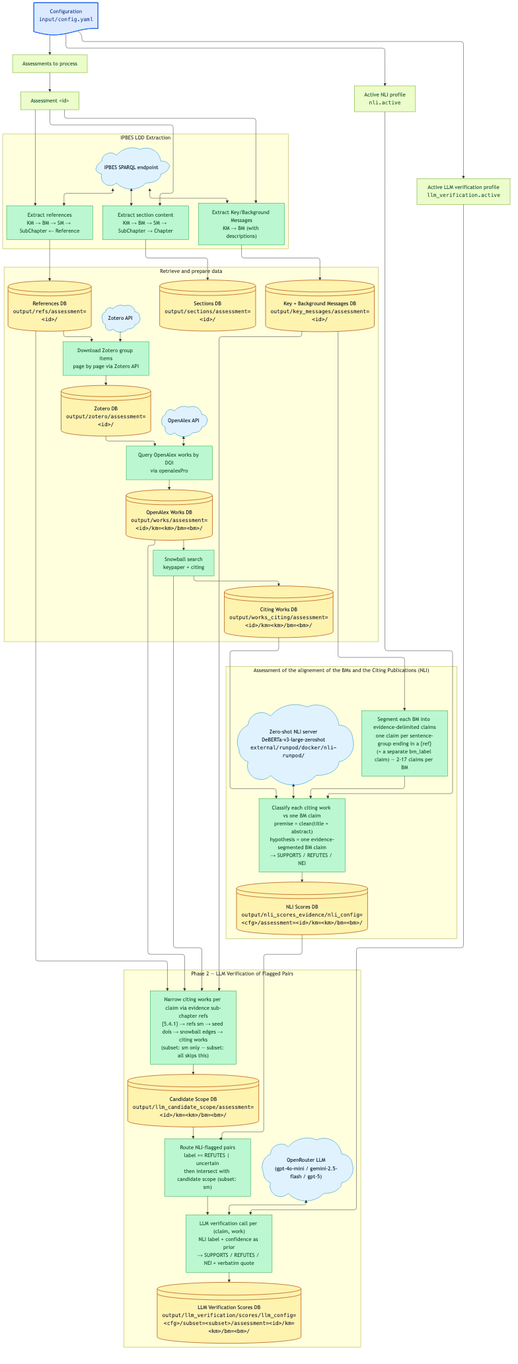
Before: output/figures/workflow_nli.png, a diagram exported from Mermaid (IPBES-Data/IPBES_BM_Fact_Checker). Its source is kept beside it as input/mmd/workflow_nli.mmd.
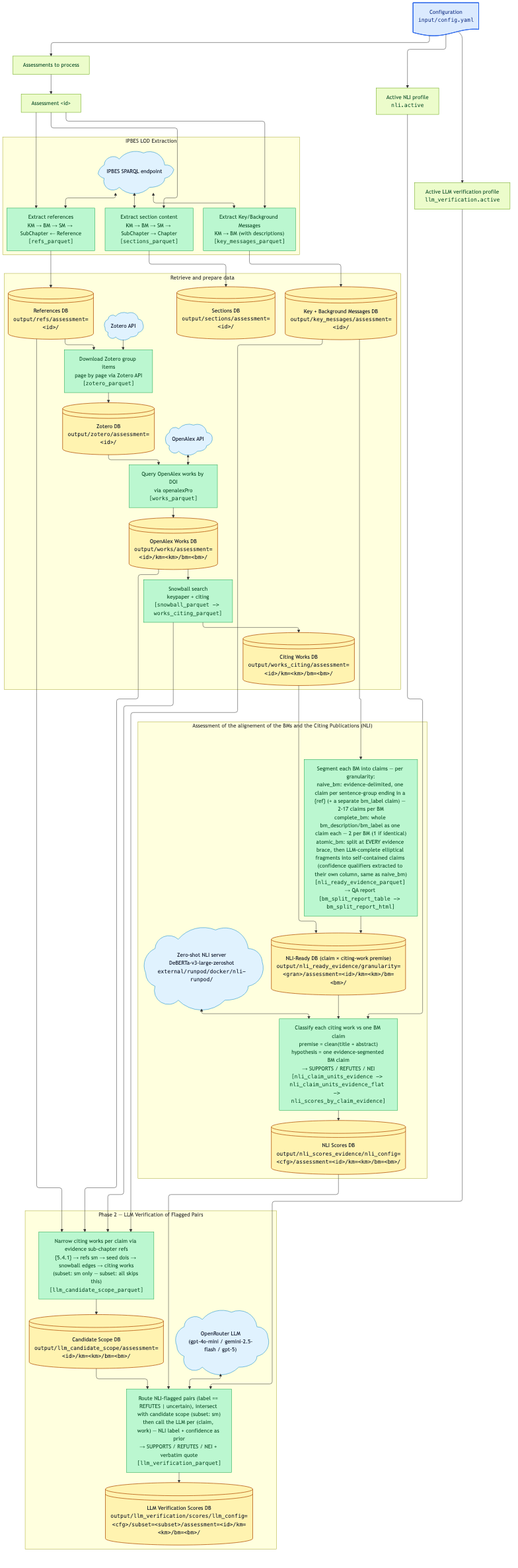
After the commit.

Change to the diagram source:
```diff
@@ -19,9 +19,9 @@
     direction TB
 
     sparql@{ shape: cloud, label: "IPBES SPARQL endpoint" }
-    build_refs@{ shape: rect, label: "Extract references<br/>KM → BM → SM → SubChapter ← Reference" }
-    build_sections@{ shape: rect, label: "Extract section content<br/>KM → BM → SM → SubChapter → Chapter" }
-    build_key_messages@{ shape: rect, label: "Extract Key/Background Messages<br/>KM → BM (with descriptions)" }
+    build_refs@{ shape: rect, label: "Extract references<br/>KM → BM → SM → SubChapter ← Reference<br/><tt>[refs_parquet]</tt>" }
+    build_sections@{ shape: rect, label: "Extract section content<br/>KM → BM → SM → SubChapter → Chapter<br/><tt>[sections_parquet]</tt>" }
+    build_key_messages@{ shape: rect, label: "Extract Key/Background Messages<br/>KM → BM (with descriptions)<br/><tt>[key_messages_parquet]</tt>" }
 
     sparql <--> build_refs
     sparql <--> build_sections
@@ -42,9 +42,9 @@
     openalex@{ shape: cloud, label: "OpenAlex API" }
     works_db@{ shape: lin-cyl, label: "OpenAlex Works DB<br/><tt>output/works/assessment=&lt;id&gt;/km=&lt;km&gt;/bm=&lt;bm&gt;/</tt>" }
     citing_db@{ shape: lin-cyl, label: "Citing Works DB<br/><tt>output/works_citing/assessment=&lt;id&gt;/km=&lt;km&gt;/bm=&lt;bm&gt;/</tt>" }
-    download_zotero@{ shape: rect, label: "Download Zotero group items<br/>page by page via Zotero API" }
-    download_works@{ shape: rect, label: "Query OpenAlex works by DOI<br/>via openalexPro" }
-    snowball@{ shape: rect, label: "Snowball search<br/>keypaper + citing" }
+    download_zotero@{ shape: rect, label: "Download Zotero group items<br/>page by page via Zotero API<br/><tt>[zotero_parquet]</tt>" }
+    download_works@{ shape: rect, label: "Query OpenAlex works by DOI<br/>via openalexPro<br/><tt>[works_parquet]</tt>" }
+    snowball@{ shape: rect, label: "Snowball search<br/>keypaper + citing<br/><tt>[snowball_parquet -> works_citing_parquet]</tt>" }
 
     build_refs        --> refs_db
     build_sections    --> sections_db
@@ -65,18 +65,20 @@
   subgraph nli_assessment["Assessment of the alignement of the BMs and the Citing Publications (NLI)"]
     direction TB
 
-    nli_segment@{ shape: rect, label: "Segment each BM into evidence-delimited claims<br/>one claim per sentence-group ending in a {ref}<br/>(+ a separate bm_label claim) — 2-17 claims per BM" }
+    nli_segment@{ shape: rect, label: "Segment each BM into claims — per granularity:<br/>naive_bm: evidence-delimited, one claim per sentence-group ending in a {ref} (+ a separate bm_label claim) — 2-17 claims per BM<br/>complete_bm: whole bm_description/bm_label as one claim each — 2 per BM (1 if identical)<br/>atomic_bm: split at EVERY evidence brace, then LLM-complete elliptical fragments into self-contained claims (confidence qualifiers extracted to their own column, same as naive_bm)<br/><tt>[nli_ready_evidence_parquet]</tt> → QA report <tt>[bm_split_report_table -> bm_split_report_html]</tt>" }
+    nli_ready_db@{ shape: lin-cyl, label: "NLI-Ready DB (claim × citing-work premise)<br/><tt>output/nli_ready_evidence/granularity=&lt;gran&gt;/assessment=&lt;id&gt;/km=&lt;km&gt;/bm=&lt;bm&gt;/</tt>" }
     nli_server@{ shape: cloud, label: "Zero-shot NLI server<br/>DeBERTa-v3-large-zeroshot<br/><tt>external/runpod/docker/nli-runpod/</tt>" }
-    nli_scoring@{ shape: rect, label: "Classify each citing work vs one BM claim<br/>premise = clean(title + abstract)<br/>hypothesis = one evidence-segmented BM claim<br/>→ SUPPORTS / REFUTES / NEI" }
+    nli_scoring@{ shape: rect, label: "Classify each citing work vs one BM claim<br/>premise = clean(title + abstract)<br/>hypothesis = one evidence-segmented BM claim<br/>→ SUPPORTS / REFUTES / NEI<br/><tt>[nli_claim_units_evidence -> nli_claim_units_evidence_flat -> nli_scores_by_claim_evidence]</tt>" }
     nli_scores_db@{ shape: lin-cyl, label: "NLI Scores DB<br/><tt>output/nli_scores_evidence/nli_config=&lt;cfg&gt;/assessment=&lt;id&gt;/km=&lt;km&gt;/bm=&lt;bm&gt;/</tt>" }
 
-    nli_segment --> nli_scoring
+    nli_segment --> nli_ready_db
+    nli_ready_db --> nli_scoring
     nli_server <--> nli_scoring
     nli_scoring --> nli_scores_db
   end
 
   key_messages_db --> nli_segment
-  citing_db --> nli_scoring
+  citing_db --> nli_ready_db
 
   config_file --> nli_active
   nli_active --> nli_scoring
@@ -86,16 +88,14 @@
   subgraph llm_verification["Phase 2 — LLM Verification of Flagged Pairs"]
     direction TB
 
-    llm_scope@{ shape: rect, label: "Narrow citing works per claim via evidence sub-chapter refs<br/>{5.4.1} → refs sm → seed dois → snowball edges → citing works<br/>(subset: sm only — subset: all skips this)" }
+    llm_scope@{ shape: rect, label: "Narrow citing works per claim via evidence sub-chapter refs<br/>{5.4.1} → refs sm → seed dois → snowball edges → citing works<br/>(subset: sm only — subset: all skips this)<br/><tt>[llm_candidate_scope_parquet]</tt>" }
     llm_scope_db@{ shape: lin-cyl, label: "Candidate Scope DB<br/><tt>output/llm_candidate_scope/assessment=&lt;id&gt;/km=&lt;km&gt;/bm=&lt;bm&gt;/</tt>" }
-    llm_route@{ shape: rect, label: "Route NLI-flagged pairs<br/>label == REFUTES | uncertain<br/>then intersect with candidate scope (subset: sm)" }
     llm_server@{ shape: cloud, label: "OpenRouter LLM<br/>(gpt-4o-mini / gemini-2.5-flash / gpt-5)" }
-    llm_verify@{ shape: rect, label: "LLM verification call per (claim, work)<br/>NLI label + confidence as prior<br/>→ SUPPORTS / REFUTES / NEI + verbatim quote" }
+    llm_verify@{ shape: rect, label: "Route NLI-flagged pairs (label == REFUTES | uncertain), intersect with candidate scope (subset: sm)<br/>then call the LLM per (claim, work) — NLI label + confidence as prior<br/>→ SUPPORTS / REFUTES / NEI + verbatim quote<br/><tt>[llm_verification_parquet]</tt>" }
     llm_scores_db@{ shape: lin-cyl, label: "LLM Verification Scores DB<br/><tt>output/llm_verification/scores/llm_config=&lt;cfg&gt;/subset=&lt;subset&gt;/assessment=&lt;id&gt;/km=&lt;km&gt;/bm=&lt;bm&gt;/</tt>" }
 
     llm_scope --> llm_scope_db
-    llm_scope_db --> llm_route
-    llm_route --> llm_verify
+    llm_scope_db --> llm_verify
     llm_server <--> llm_verify
     llm_verify --> llm_scores_db
   end
@@ -104,7 +104,7 @@
   config_file --> llm_active
   llm_active --> llm_verify
 
-  nli_scores_db --> llm_route
+  nli_scores_db --> llm_verify
   key_messages_db --> llm_scope
   refs_db --> llm_scope
   works_db --> llm_scope
@@ -119,11 +119,11 @@
   classDef helper      fill:#e0f2fe,stroke:#0284c7,color:#0f172a,stroke-width:1px;
   classDef disabled    fill:#f1f5f9,stroke:#94a3b8,color:#64748b,stroke-width:1px,stroke-dasharray:4 3;
 
-  linkStyle 26 stroke:transparent,fill:none;
+  linkStyle 27 stroke:transparent,fill:none;
   linkStyle 39 stroke:transparent,fill:none;
 
   class config_file input_file;
   class assessment_list,assessment_id,nli_active,llm_active config;
-  class citing_db,refs_db,sections_db,key_messages_db,zotero_db,works_db,nli_scores_db,llm_scope_db,llm_scores_db database;
-  class build_refs,build_sections,build_key_messages,download_zotero,download_works,snowball,nli_scoring,nli_segment,llm_scope,llm_route,llm_verify processing;
+  class citing_db,refs_db,sections_db,key_messages_db,zotero_db,works_db,nli_ready_db,nli_scores_db,llm_scope_db,llm_scores_db database;
+  class build_refs,build_sections,build_key_messages,download_zotero,download_works,snowball,nli_scoring,nli_segment,llm_scope,llm_verify processing;
   class sparql,zotero_api,openalex,nli_server,llm_server helper;
```
